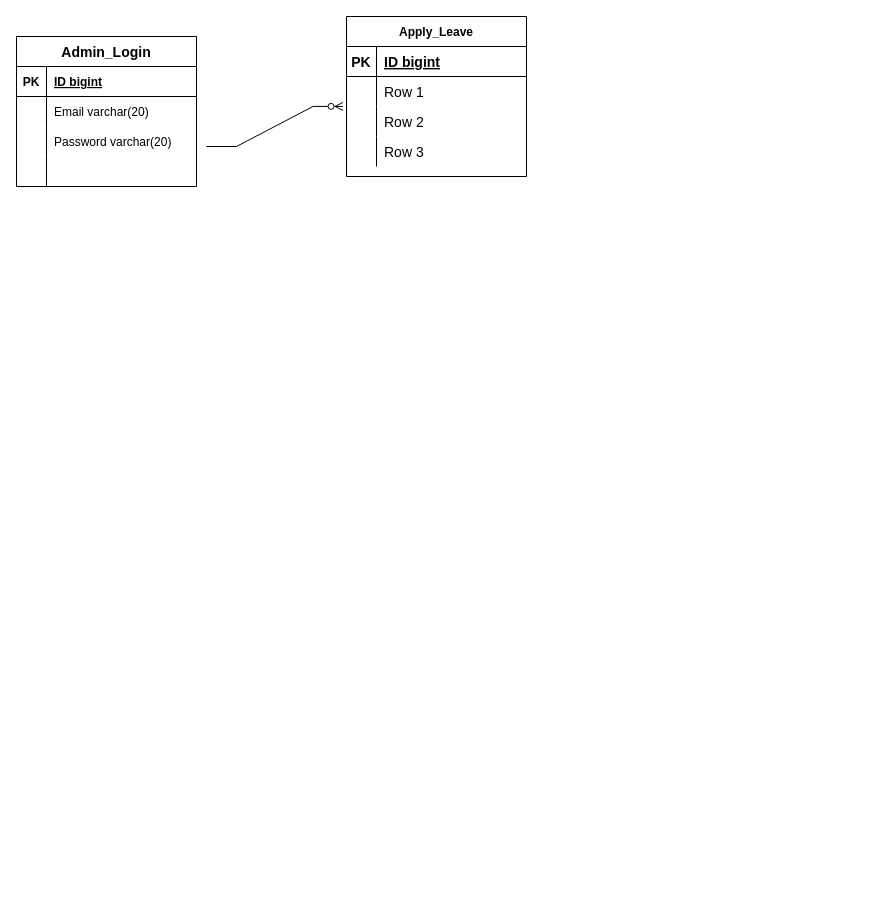
This is Untitled Diagram.drawio from shriteshaher/Leave-Managements-System-Software-, a draw.io file, before an edit. Source tidied: cells renumbered, new cells numbered last; positions are measured from the earlier drawing's top-left corner, leaving out a move shared by most shapes. Both pictures are drawn from the tidied source at 100%, with x=0, y=0 at pixel (16, 16).
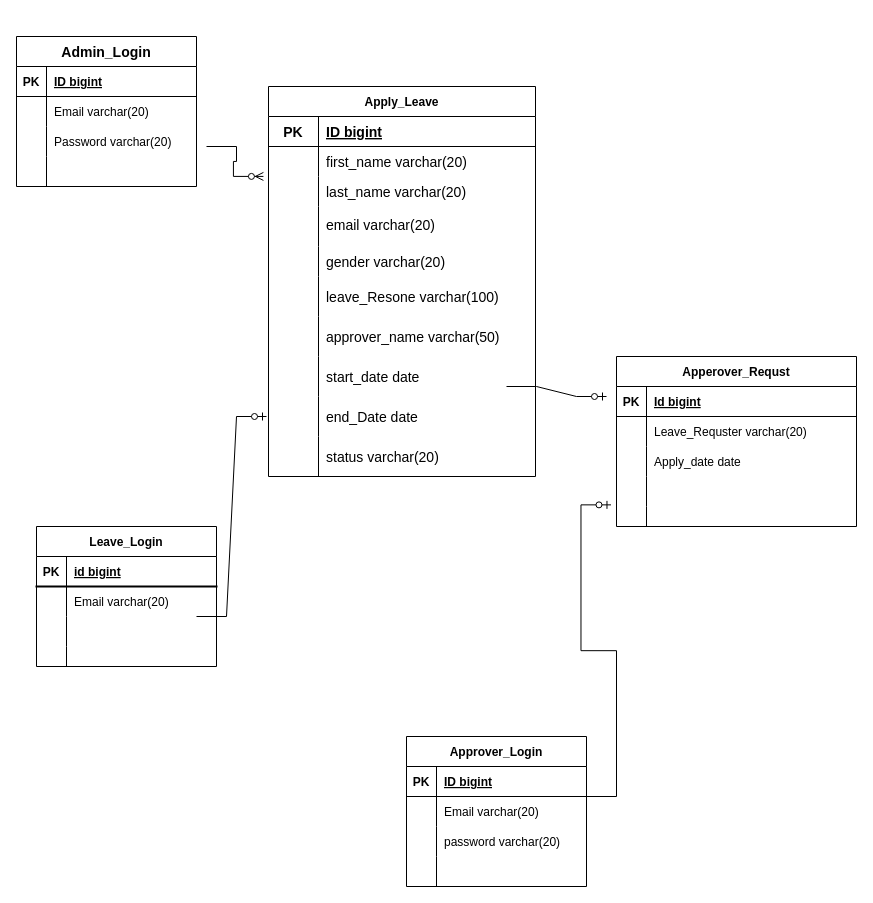
Above is the later version.

Change to the diagram source:
```diff
@@
     <mxCell id="15" value="Apply_Leave" style="shape=table;startSize=30;childLayout=tableLayout;rowLines=0;fontStyle=1;align=center;labelBorderColor=none;fontSize=12;fillColor=none;" parent="1" vertex="1">
-      <mxGeometry x="330" width="180" height="160" as="geometry" />
+      <mxGeometry x="252" y="70" width="267" height="390" as="geometry" />
     </mxCell>
     <mxCell id="16" style="shape=tableRow;horizontal=0;startSize=0;swimlaneHead=0;swimlaneBody=0;fillColor=none;top=0;left=0;right=0;bottom=1;labelBorderColor=none;fontSize=14;" parent="15" vertex="1">
-      <mxGeometry y="30" width="180" height="30" as="geometry" />
+      <mxGeometry y="30" width="267" height="30" as="geometry" />
     </mxCell>
     <mxCell id="17" value="PK" style="shape=partialRectangle;fillColor=none;top=0;left=0;bottom=0;right=0;fontStyle=1;overflow=hidden;labelBorderColor=none;fontSize=14;" parent="16" vertex="1">
-      <mxGeometry width="30" height="30" as="geometry" />
+      <mxGeometry width="50" height="30" as="geometry" />
     </mxCell>
     <mxCell id="18" value="ID bigint" style="shape=partialRectangle;fillColor=none;top=0;left=0;bottom=0;right=0;align=left;spacingLeft=6;fontStyle=5;overflow=hidden;labelBorderColor=none;fontSize=14;" parent="16" vertex="1">
-      <mxGeometry x="30" width="150" height="30" as="geometry" />
+      <mxGeometry x="50" width="217" height="30" as="geometry" />
     </mxCell>
     <mxCell id="19" style="shape=tableRow;horizontal=0;startSize=0;swimlaneHead=0;swimlaneBody=0;fillColor=none;top=0;left=0;right=0;bottom=0;labelBorderColor=none;fontSize=14;" parent="15" vertex="1">
-      <mxGeometry y="60" width="180" height="30" as="geometry" />
+      <mxGeometry y="60" width="267" height="30" as="geometry" />
     </mxCell>
     <mxCell id="20" style="shape=partialRectangle;fillColor=none;top=0;left=0;bottom=0;right=0;overflow=hidden;labelBorderColor=none;fontSize=14;" parent="19" vertex="1">
-      <mxGeometry width="30" height="30" as="geometry" />
+      <mxGeometry width="50" height="30" as="geometry" />
     </mxCell>
-    <mxCell id="21" value="Row 1" style="shape=partialRectangle;fillColor=none;top=0;left=0;bottom=0;right=0;align=left;spacingLeft=6;overflow=hidden;labelBorderColor=none;fontSize=14;" parent="19" vertex="1">
-      <mxGeometry x="30" width="150" height="30" as="geometry" />
+    <mxCell id="21" value="first_name varchar(20)" style="shape=partialRectangle;fillColor=none;top=0;left=0;bottom=0;right=0;align=left;spacingLeft=6;overflow=hidden;labelBorderColor=none;fontSize=14;" parent="19" vertex="1">
+      <mxGeometry x="50" width="217" height="30" as="geometry" />
     </mxCell>
     <mxCell id="22" style="shape=tableRow;horizontal=0;startSize=0;swimlaneHead=0;swimlaneBody=0;fillColor=none;points=[[0,0.5],[1,0.5]];portConstraint=eastwest;top=0;left=0;right=0;bottom=0;labelBorderColor=none;fontSize=14;" parent="15" vertex="1">
-      <mxGeometry y="90" width="180" height="30" as="geometry" />
+      <mxGeometry y="90" width="267" height="30" as="geometry" />
     </mxCell>
     <mxCell id="23" style="shape=partialRectangle;fillColor=none;top=0;left=0;bottom=0;right=0;overflow=hidden;labelBorderColor=none;fontSize=14;" parent="22" vertex="1">
-      <mxGeometry width="30" height="30" as="geometry" />
+      <mxGeometry width="50" height="30" as="geometry" />
     </mxCell>
-    <mxCell id="24" value="Row 2" style="shape=partialRectangle;fillColor=none;top=0;left=0;bottom=0;right=0;align=left;spacingLeft=6;overflow=hidden;labelBorderColor=none;fontSize=14;" parent="22" vertex="1">
-      <mxGeometry x="30" width="150" height="30" as="geometry" />
+    <mxCell id="24" value="last_name varchar(20)" style="shape=partialRectangle;fillColor=none;top=0;left=0;bottom=0;right=0;align=left;spacingLeft=6;overflow=hidden;labelBorderColor=none;fontSize=14;" parent="22" vertex="1">
+      <mxGeometry x="50" width="217" height="30" as="geometry" />
     </mxCell>
     <mxCell id="25" style="shape=tableRow;horizontal=0;startSize=0;swimlaneHead=0;swimlaneBody=0;fillColor=none;top=0;left=0;right=0;bottom=0;labelBorderColor=none;fontSize=14;" parent="15" vertex="1">
-      <mxGeometry y="120" width="180" height="30" as="geometry" />
+      <mxGeometry y="120" width="267" height="40" as="geometry" />
     </mxCell>
     <mxCell id="26" style="shape=partialRectangle;fillColor=none;top=0;left=0;bottom=0;right=0;overflow=hidden;labelBorderColor=none;fontSize=14;" parent="25" vertex="1">
-      <mxGeometry width="30" height="30" as="geometry" />
+      <mxGeometry width="50" height="40" as="geometry" />
     </mxCell>
-    <mxCell id="27" value="Row 3" style="shape=partialRectangle;fillColor=none;top=0;left=0;bottom=0;right=0;align=left;spacingLeft=6;overflow=hidden;labelBorderColor=none;fontSize=14;" parent="25" vertex="1">
-      <mxGeometry x="30" width="150" height="30" as="geometry" />
+    <mxCell id="27" value="email varchar(20)&#10;" style="shape=partialRectangle;fillColor=none;top=0;left=0;bottom=0;right=0;align=left;spacingLeft=6;overflow=hidden;labelBorderColor=none;fontSize=14;flipH=0;flipV=1;spacingTop=9;" parent="25" vertex="1">
+      <mxGeometry x="50" width="217" height="40" as="geometry" />
     </mxCell>
+    <mxCell id="29" style="shape=tableRow;horizontal=0;startSize=0;swimlaneHead=0;swimlaneBody=0;fillColor=none;top=0;left=0;right=0;bottom=0;labelBorderColor=none;fontSize=14;" parent="15" vertex="1">
+      <mxGeometry y="160" width="267" height="30" as="geometry" />
+    </mxCell>
+    <mxCell id="30" style="shape=partialRectangle;fillColor=none;top=0;left=0;bottom=0;right=0;overflow=hidden;labelBorderColor=none;fontSize=14;" parent="29" vertex="1">
+      <mxGeometry width="50" height="30" as="geometry" />
+    </mxCell>
+    <mxCell id="31" value="gender varchar(20)" style="shape=partialRectangle;fillColor=none;top=0;left=0;bottom=0;right=0;align=left;spacingLeft=6;overflow=hidden;labelBorderColor=none;fontSize=14;flipH=0;flipV=1;" parent="29" vertex="1">
+      <mxGeometry x="50" width="217" height="30" as="geometry" />
+    </mxCell>
+    <mxCell id="32" style="shape=tableRow;horizontal=0;startSize=0;swimlaneHead=0;swimlaneBody=0;fillColor=none;top=0;left=0;right=0;bottom=0;labelBorderColor=none;fontSize=14;" parent="15" vertex="1">
+      <mxGeometry y="190" width="267" height="40" as="geometry" />
+    </mxCell>
+    <mxCell id="33" style="shape=partialRectangle;fillColor=none;top=0;left=0;bottom=0;right=0;overflow=hidden;labelBorderColor=none;fontSize=14;" parent="32" vertex="1">
+      <mxGeometry width="50" height="40" as="geometry" />
+    </mxCell>
+    <mxCell id="34" value="leave_Resone varchar(100)" style="shape=partialRectangle;fillColor=none;top=0;left=0;bottom=0;right=0;align=left;spacingLeft=6;overflow=hidden;labelBorderColor=none;fontSize=14;flipH=0;flipV=1;" parent="32" vertex="1">
+      <mxGeometry x="50" width="217" height="40" as="geometry" />
+    </mxCell>
+    <mxCell id="35" style="shape=tableRow;horizontal=0;startSize=0;swimlaneHead=0;swimlaneBody=0;fillColor=none;top=0;left=0;right=0;bottom=0;labelBorderColor=none;fontSize=14;" parent="15" vertex="1">
+      <mxGeometry y="230" width="267" height="40" as="geometry" />
+    </mxCell>
+    <mxCell id="36" style="shape=partialRectangle;fillColor=none;top=0;left=0;bottom=0;right=0;overflow=hidden;labelBorderColor=none;fontSize=14;" parent="35" vertex="1">
+      <mxGeometry width="50" height="40" as="geometry" />
+    </mxCell>
+    <mxCell id="37" value="approver_name varchar(50)" style="shape=partialRectangle;fillColor=none;top=0;left=0;bottom=0;right=0;align=left;spacingLeft=6;overflow=hidden;labelBorderColor=none;fontSize=14;flipH=0;flipV=1;" parent="35" vertex="1">
+      <mxGeometry x="50" width="217" height="40" as="geometry" />
+    </mxCell>
+    <mxCell id="38" style="shape=tableRow;horizontal=0;startSize=0;swimlaneHead=0;swimlaneBody=0;fillColor=none;top=0;left=0;right=0;bottom=0;labelBorderColor=none;fontSize=14;" parent="15" vertex="1">
+      <mxGeometry y="270" width="267" height="40" as="geometry" />
+    </mxCell>
+    <mxCell id="39" style="shape=partialRectangle;fillColor=none;top=0;left=0;bottom=0;right=0;overflow=hidden;labelBorderColor=none;fontSize=14;" parent="38" vertex="1">
+      <mxGeometry width="50" height="40" as="geometry" />
+    </mxCell>
+    <mxCell id="40" value=" start_date date" style="shape=partialRectangle;fillColor=none;top=0;left=0;bottom=0;right=0;align=left;spacingLeft=6;overflow=hidden;labelBorderColor=none;fontSize=14;flipH=0;flipV=1;" parent="38" vertex="1">
+      <mxGeometry x="50" width="217" height="40" as="geometry" />
+    </mxCell>
+    <mxCell id="41" style="shape=tableRow;horizontal=0;startSize=0;swimlaneHead=0;swimlaneBody=0;fillColor=none;top=0;left=0;right=0;bottom=0;labelBorderColor=none;fontSize=14;" parent="15" vertex="1">
+      <mxGeometry y="310" width="267" height="40" as="geometry" />
+    </mxCell>
+    <mxCell id="42" style="shape=partialRectangle;fillColor=none;top=0;left=0;bottom=0;right=0;overflow=hidden;labelBorderColor=none;fontSize=14;" parent="41" vertex="1">
+      <mxGeometry width="50" height="40" as="geometry" />
+    </mxCell>
+    <mxCell id="43" value="end_Date date" style="shape=partialRectangle;fillColor=none;top=0;left=0;bottom=0;right=0;align=left;spacingLeft=6;overflow=hidden;labelBorderColor=none;fontSize=14;flipH=0;flipV=1;" parent="41" vertex="1">
+      <mxGeometry x="50" width="217" height="40" as="geometry" />
+    </mxCell>
+    <mxCell id="44" style="shape=tableRow;horizontal=0;startSize=0;swimlaneHead=0;swimlaneBody=0;fillColor=none;top=0;left=0;right=0;bottom=0;labelBorderColor=none;fontSize=14;" parent="15" vertex="1">
+      <mxGeometry y="350" width="267" height="40" as="geometry" />
+    </mxCell>
+    <mxCell id="45" style="shape=partialRectangle;fillColor=none;top=0;left=0;bottom=0;right=0;overflow=hidden;labelBorderColor=none;fontSize=14;" parent="44" vertex="1">
+      <mxGeometry width="50" height="40" as="geometry" />
+    </mxCell>
+    <mxCell id="46" value="status varchar(20)" style="shape=partialRectangle;fillColor=none;top=0;left=0;bottom=0;right=0;align=left;spacingLeft=6;overflow=hidden;labelBorderColor=none;fontSize=14;flipH=0;flipV=1;" parent="44" vertex="1">
+      <mxGeometry x="50" width="217" height="40" as="geometry" />
+    </mxCell>
@@
+    <mxCell id="47" style="shape=tableRow;horizontal=0;startSize=0;swimlaneHead=0;swimlaneBody=0;fillColor=none;top=0;left=0;right=0;bottom=0;labelBorderColor=none;fontSize=14;" parent="1" vertex="1">
+      <mxGeometry x="340" y="190" width="203" height="30" as="geometry" />
+    </mxCell>
+    <mxCell id="48" style="shape=partialRectangle;fillColor=none;top=0;left=0;bottom=0;right=0;overflow=hidden;labelBorderColor=none;fontSize=14;" parent="47" vertex="1">
+      <mxGeometry width="30" height="30" as="geometry" />
+    </mxCell>
+    <mxCell id="49" value="Leave_Login" style="shape=table;startSize=30;childLayout=tableLayout;rowLines=0;fontStyle=1;align=center;labelBorderColor=none;fontSize=12;strokeWidth=1;fillColor=none;" parent="1" vertex="1">
+      <mxGeometry x="20" y="510" width="180" height="140" as="geometry" />
+    </mxCell>
+    <mxCell id="50" style="shape=tableRow;horizontal=0;startSize=0;swimlaneHead=0;swimlaneBody=0;fillColor=none;top=0;left=0;right=0;bottom=1;labelBorderColor=none;fontSize=12;strokeWidth=2;" parent="49" vertex="1">
+      <mxGeometry y="30" width="180" height="30" as="geometry" />
+    </mxCell>
+    <mxCell id="51" value="PK" style="shape=partialRectangle;fillColor=none;top=0;left=0;bottom=0;right=0;fontStyle=1;overflow=hidden;labelBorderColor=none;fontSize=12;strokeWidth=2;" parent="50" vertex="1">
+      <mxGeometry width="30" height="30" as="geometry" />
+    </mxCell>
+    <mxCell id="52" value="id bigint" style="shape=partialRectangle;fillColor=none;top=0;left=0;bottom=0;right=0;align=left;spacingLeft=6;fontStyle=5;overflow=hidden;labelBorderColor=none;fontSize=12;strokeWidth=2;" parent="50" vertex="1">
+      <mxGeometry x="30" width="150" height="30" as="geometry" />
+    </mxCell>
+    <mxCell id="53" style="shape=tableRow;horizontal=0;startSize=0;swimlaneHead=0;swimlaneBody=0;fillColor=none;top=0;left=0;right=0;bottom=0;labelBorderColor=none;fontSize=12;strokeWidth=2;" parent="49" vertex="1">
+      <mxGeometry y="60" width="180" height="30" as="geometry" />
+    </mxCell>
+    <mxCell id="54" style="shape=partialRectangle;fillColor=none;top=0;left=0;bottom=0;right=0;overflow=hidden;labelBorderColor=none;fontSize=12;strokeWidth=2;" parent="53" vertex="1">
+      <mxGeometry width="30" height="30" as="geometry" />
+    </mxCell>
+    <mxCell id="55" value="Email varchar(20)" style="shape=partialRectangle;fillColor=none;top=0;left=0;bottom=0;right=0;align=left;spacingLeft=6;overflow=hidden;labelBorderColor=none;fontSize=12;strokeWidth=2;" parent="53" vertex="1">
+      <mxGeometry x="30" width="150" height="30" as="geometry" />
+    </mxCell>
+    <mxCell id="56" style="shape=tableRow;horizontal=0;startSize=0;swimlaneHead=0;swimlaneBody=0;fillColor=none;top=0;left=0;right=0;bottom=0;labelBorderColor=none;fontSize=12;strokeWidth=2;" parent="49" vertex="1">
+      <mxGeometry y="90" width="180" height="30" as="geometry" />
+    </mxCell>
+    <mxCell id="57" style="shape=partialRectangle;fillColor=none;top=0;left=0;bottom=0;right=0;overflow=hidden;labelBorderColor=none;fontSize=12;strokeWidth=2;" parent="56" vertex="1">
+      <mxGeometry width="30" height="30" as="geometry" />
+    </mxCell>
+    <mxCell id="58" style="shape=partialRectangle;fillColor=none;top=0;left=0;bottom=0;right=0;align=left;spacingLeft=6;overflow=hidden;labelBorderColor=none;fontSize=12;strokeWidth=2;" parent="56" vertex="1">
+      <mxGeometry x="30" width="150" height="30" as="geometry" />
+    </mxCell>
+    <mxCell id="59" style="shape=tableRow;horizontal=0;startSize=0;swimlaneHead=0;swimlaneBody=0;fillColor=none;top=0;left=0;right=0;bottom=0;labelBorderColor=none;fontSize=12;strokeWidth=2;" parent="49" vertex="1">
+      <mxGeometry y="120" width="180" height="20" as="geometry" />
+    </mxCell>
+    <mxCell id="60" style="shape=partialRectangle;fillColor=none;top=0;left=0;bottom=0;right=0;overflow=hidden;labelBorderColor=none;fontSize=12;strokeWidth=2;" parent="59" vertex="1">
+      <mxGeometry width="30" height="20" as="geometry" />
+    </mxCell>
+    <mxCell id="61" style="shape=partialRectangle;fillColor=none;top=0;left=0;bottom=0;right=0;align=left;spacingLeft=6;overflow=hidden;labelBorderColor=none;fontSize=12;strokeWidth=2;" parent="59" vertex="1">
+      <mxGeometry x="30" width="150" height="20" as="geometry" />
+    </mxCell>
+    <mxCell id="62" value="Apperover_Requst" style="shape=table;startSize=30;childLayout=tableLayout;rowLines=0;fontStyle=1;align=center;labelBorderColor=none;fontSize=12;strokeWidth=1;fillColor=none;" parent="1" vertex="1">
+      <mxGeometry x="600" y="340" width="240" height="170" as="geometry" />
+    </mxCell>
+    <mxCell id="63" style="shape=tableRow;horizontal=0;startSize=0;swimlaneHead=0;swimlaneBody=0;fillColor=none;top=0;left=0;right=0;bottom=1;labelBorderColor=none;fontSize=12;strokeWidth=1;" parent="62" vertex="1">
+      <mxGeometry y="30" width="240" height="30" as="geometry" />
+    </mxCell>
+    <mxCell id="64" value="PK" style="shape=partialRectangle;fillColor=none;top=0;left=0;bottom=0;right=0;fontStyle=1;overflow=hidden;labelBorderColor=none;fontSize=12;strokeWidth=1;" parent="63" vertex="1">
+      <mxGeometry width="30" height="30" as="geometry" />
+    </mxCell>
+    <mxCell id="65" value="Id bigint" style="shape=partialRectangle;fillColor=none;top=0;left=0;bottom=0;right=0;align=left;spacingLeft=6;fontStyle=5;overflow=hidden;labelBorderColor=none;fontSize=12;strokeWidth=1;" parent="63" vertex="1">
+      <mxGeometry x="30" width="210" height="30" as="geometry" />
+    </mxCell>
+    <mxCell id="66" style="shape=tableRow;horizontal=0;startSize=0;swimlaneHead=0;swimlaneBody=0;fillColor=none;top=0;left=0;right=0;bottom=0;labelBorderColor=none;fontSize=12;strokeWidth=1;" parent="62" vertex="1">
+      <mxGeometry y="60" width="240" height="30" as="geometry" />
+    </mxCell>
+    <mxCell id="67" style="shape=partialRectangle;fillColor=none;top=0;left=0;bottom=0;right=0;overflow=hidden;labelBorderColor=none;fontSize=12;strokeWidth=1;" parent="66" vertex="1">
+      <mxGeometry width="30" height="30" as="geometry" />
+    </mxCell>
+    <mxCell id="68" value="Leave_Requster varchar(20) " style="shape=partialRectangle;fillColor=none;top=0;left=0;bottom=0;right=0;align=left;spacingLeft=6;overflow=hidden;labelBorderColor=none;fontSize=12;strokeWidth=1;" parent="66" vertex="1">
+      <mxGeometry x="30" width="210" height="30" as="geometry" />
+    </mxCell>
+    <mxCell id="69" style="shape=tableRow;horizontal=0;startSize=0;swimlaneHead=0;swimlaneBody=0;fillColor=none;top=0;left=0;right=0;bottom=0;labelBorderColor=none;fontSize=12;strokeWidth=1;" parent="62" vertex="1">
+      <mxGeometry y="90" width="240" height="30" as="geometry" />
+    </mxCell>
+    <mxCell id="70" style="shape=partialRectangle;fillColor=none;top=0;left=0;bottom=0;right=0;overflow=hidden;labelBorderColor=none;fontSize=12;strokeWidth=1;" parent="69" vertex="1">
+      <mxGeometry width="30" height="30" as="geometry" />
+    </mxCell>
+    <mxCell id="71" value="Apply_date date" style="shape=partialRectangle;fillColor=none;top=0;left=0;bottom=0;right=0;align=left;spacingLeft=6;overflow=hidden;labelBorderColor=none;fontSize=12;strokeWidth=1;" parent="69" vertex="1">
+      <mxGeometry x="30" width="210" height="30" as="geometry" />
+    </mxCell>
+    <mxCell id="72" style="shape=tableRow;horizontal=0;startSize=0;swimlaneHead=0;swimlaneBody=0;fillColor=none;top=0;left=0;right=0;bottom=0;labelBorderColor=none;fontSize=12;strokeWidth=1;" parent="62" vertex="1">
+      <mxGeometry y="120" width="240" height="30" as="geometry" />
+    </mxCell>
+    <mxCell id="73" style="shape=partialRectangle;fillColor=none;top=0;left=0;bottom=0;right=0;overflow=hidden;labelBorderColor=none;fontSize=12;strokeWidth=1;" parent="72" vertex="1">
+      <mxGeometry width="30" height="30" as="geometry" />
+    </mxCell>
+    <mxCell id="74" style="shape=partialRectangle;fillColor=none;top=0;left=0;bottom=0;right=0;align=left;spacingLeft=6;overflow=hidden;labelBorderColor=none;fontSize=12;strokeWidth=1;" parent="72" vertex="1">
+      <mxGeometry x="30" width="210" height="30" as="geometry" />
+    </mxCell>
+    <mxCell id="75" style="shape=tableRow;horizontal=0;startSize=0;swimlaneHead=0;swimlaneBody=0;fillColor=none;points=[[0,0.5],[1,0.5]];portConstraint=eastwest;top=0;left=0;right=0;bottom=0;labelBorderColor=none;fontSize=12;strokeWidth=1;" parent="62" vertex="1">
+      <mxGeometry y="150" width="240" height="20" as="geometry" />
+    </mxCell>
+    <mxCell id="76" style="shape=partialRectangle;fillColor=none;top=0;left=0;bottom=0;right=0;overflow=hidden;labelBorderColor=none;fontSize=12;strokeWidth=1;" parent="75" vertex="1">
+      <mxGeometry width="30" height="20" as="geometry" />
+    </mxCell>
+    <mxCell id="77" style="shape=partialRectangle;fillColor=none;top=0;left=0;bottom=0;right=0;align=left;spacingLeft=6;overflow=hidden;labelBorderColor=none;fontSize=12;strokeWidth=1;" parent="75" vertex="1">
+      <mxGeometry x="30" width="210" height="20" as="geometry" />
+    </mxCell>
+    <mxCell id="78" style="edgeStyle=entityRelationEdgeStyle;fontSize=12;html=1;endArrow=ERzeroToOne;endFill=1;rounded=0;" parent="1" edge="1">
+      <mxGeometry relative="1" as="geometry">
+        <mxPoint x="180" y="600" as="sourcePoint" />
+        <mxPoint x="250" y="400" as="targetPoint" />
+      </mxGeometry>
+    </mxCell>
+    <mxCell id="79" style="edgeStyle=entityRelationEdgeStyle;fontSize=12;html=1;endArrow=ERzeroToOne;endFill=1;rounded=0;" parent="1" edge="1">
+      <mxGeometry relative="1" as="geometry">
+        <mxPoint x="490" y="370" as="sourcePoint" />
+        <mxPoint x="590" y="380" as="targetPoint" />
+      </mxGeometry>
+    </mxCell>
+    <mxCell id="80" value="Approver_Login" style="shape=table;startSize=30;childLayout=tableLayout;rowLines=0;fontStyle=1;align=center;labelBorderColor=none;fontSize=12;strokeWidth=1;fillColor=none;" parent="1" vertex="1">
+      <mxGeometry x="390" y="720" width="180" height="150" as="geometry" />
+    </mxCell>
+    <mxCell id="81" style="shape=tableRow;horizontal=0;startSize=0;swimlaneHead=0;swimlaneBody=0;fillColor=none;top=0;left=0;right=0;bottom=1;labelBorderColor=none;fontSize=12;strokeWidth=1;" parent="80" vertex="1">
+      <mxGeometry y="30" width="180" height="30" as="geometry" />
+    </mxCell>
+    <mxCell id="82" value="PK" style="shape=partialRectangle;fillColor=none;top=0;left=0;bottom=0;right=0;fontStyle=1;overflow=hidden;labelBorderColor=none;fontSize=12;strokeWidth=1;" parent="81" vertex="1">
+      <mxGeometry width="30" height="30" as="geometry" />
+    </mxCell>
+    <mxCell id="83" value="ID bigint" style="shape=partialRectangle;fillColor=none;top=0;left=0;bottom=0;right=0;align=left;spacingLeft=6;fontStyle=5;overflow=hidden;labelBorderColor=none;fontSize=12;strokeWidth=1;" parent="81" vertex="1">
+      <mxGeometry x="30" width="150" height="30" as="geometry" />
+    </mxCell>
+    <mxCell id="84" style="shape=tableRow;horizontal=0;startSize=0;swimlaneHead=0;swimlaneBody=0;fillColor=none;top=0;left=0;right=0;bottom=0;labelBorderColor=none;fontSize=12;strokeWidth=1;" parent="80" vertex="1">
+      <mxGeometry y="60" width="180" height="30" as="geometry" />
+    </mxCell>
+    <mxCell id="85" style="shape=partialRectangle;fillColor=none;top=0;left=0;bottom=0;right=0;overflow=hidden;labelBorderColor=none;fontSize=12;strokeWidth=1;" parent="84" vertex="1">
+      <mxGeometry width="30" height="30" as="geometry" />
+    </mxCell>
+    <mxCell id="86" value="Email varchar(20)" style="shape=partialRectangle;fillColor=none;top=0;left=0;bottom=0;right=0;align=left;spacingLeft=6;overflow=hidden;labelBorderColor=none;fontSize=12;strokeWidth=1;" parent="84" vertex="1">
+      <mxGeometry x="30" width="150" height="30" as="geometry" />
+    </mxCell>
+    <mxCell id="87" style="shape=tableRow;horizontal=0;startSize=0;swimlaneHead=0;swimlaneBody=0;fillColor=none;top=0;left=0;right=0;bottom=0;labelBorderColor=none;fontSize=12;strokeWidth=1;" parent="80" vertex="1">
+      <mxGeometry y="90" width="180" height="30" as="geometry" />
+    </mxCell>
+    <mxCell id="88" style="shape=partialRectangle;fillColor=none;top=0;left=0;bottom=0;right=0;overflow=hidden;labelBorderColor=none;fontSize=12;strokeWidth=1;" parent="87" vertex="1">
+      <mxGeometry width="30" height="30" as="geometry" />
+    </mxCell>
+    <mxCell id="89" value="password varchar(20)" style="shape=partialRectangle;fillColor=none;top=0;left=0;bottom=0;right=0;align=left;spacingLeft=6;overflow=hidden;labelBorderColor=none;fontSize=12;strokeWidth=1;" parent="87" vertex="1">
+      <mxGeometry x="30" width="150" height="30" as="geometry" />
+    </mxCell>
+    <mxCell id="90" style="shape=tableRow;horizontal=0;startSize=0;swimlaneHead=0;swimlaneBody=0;fillColor=none;top=0;left=0;right=0;bottom=0;labelBorderColor=none;fontSize=12;strokeWidth=1;" parent="80" vertex="1">
+      <mxGeometry y="120" width="180" height="30" as="geometry" />
+    </mxCell>
+    <mxCell id="91" style="shape=partialRectangle;fillColor=none;top=0;left=0;bottom=0;right=0;overflow=hidden;labelBorderColor=none;fontSize=12;strokeWidth=1;" parent="90" vertex="1">
+      <mxGeometry width="30" height="30" as="geometry" />
+    </mxCell>
+    <mxCell id="92" style="shape=partialRectangle;fillColor=none;top=0;left=0;bottom=0;right=0;align=left;spacingLeft=6;overflow=hidden;labelBorderColor=none;fontSize=12;strokeWidth=1;" parent="90" vertex="1">
+      <mxGeometry x="30" width="150" height="30" as="geometry" />
+    </mxCell>
+    <mxCell id="93" style="edgeStyle=entityRelationEdgeStyle;fontSize=12;html=1;endArrow=ERzeroToOne;endFill=1;rounded=0;entryX=-0.023;entryY=-0.082;entryDx=0;entryDy=0;entryPerimeter=0;" parent="1" edge="1" target="75">
+      <mxGeometry relative="1" as="geometry">
+        <mxPoint x="570" y="780" as="sourcePoint" />
+      </mxGeometry>
+    </mxCell>
```
